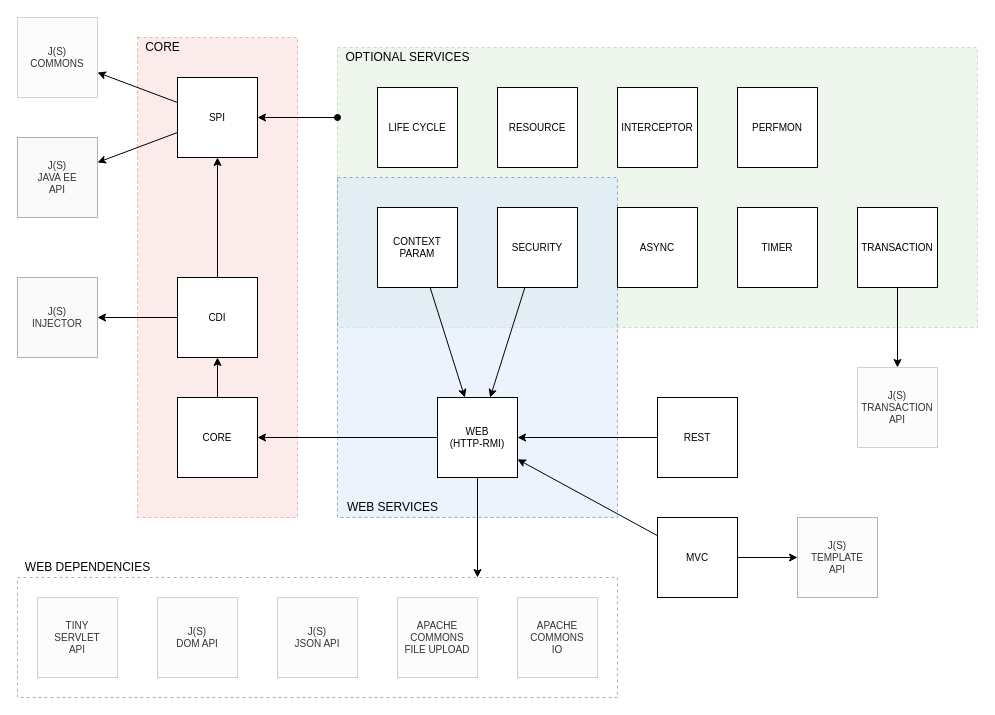
Before: page "Container Architecture" (4 of 13) of docs/diagram/container.drawio in js-lib-com/tiny-container, a draw.io diagram. Source tidied: cells renumbered, new cells numbered last; positions are measured from the earlier drawing's top-left corner, leaving out a move shared by most shapes. Both pictures are drawn from the tidied source at 100%, with x=0, y=0 at pixel (17, 17).
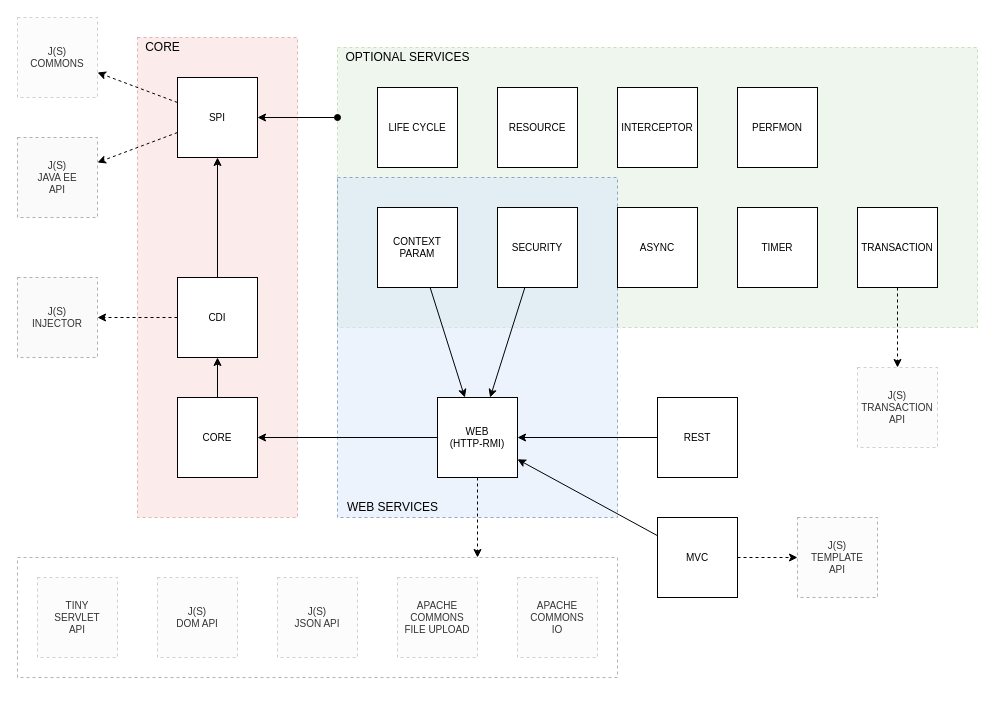
Above is the later version.

The change refers to these unchanged cells:
```xml
<mxCell id="11" value="CDI" style="whiteSpace=wrap;html=1;fontSize=10;" parent="1" vertex="1">
  <mxGeometry x="160" y="260" width="80" height="80" as="geometry" />
</mxCell>
<mxCell id="18" value="MVC" style="whiteSpace=wrap;html=1;fontSize=10;" parent="1" vertex="1">
  <mxGeometry x="640" y="500" width="80" height="80" as="geometry" />
</mxCell>
<mxCell id="25" value="SPI" style="whiteSpace=wrap;html=1;fontSize=10;" parent="1" vertex="1">
  <mxGeometry x="160" y="60" width="80" height="80" as="geometry" />
</mxCell>
<mxCell id="28" value="TRANSACTION" style="whiteSpace=wrap;html=1;fontSize=10;" parent="1" vertex="1">
  <mxGeometry x="840" y="190" width="80" height="80" as="geometry" />
</mxCell>
<mxCell id="31" value="WEB&lt;br&gt;(HTTP-RMI)" style="whiteSpace=wrap;html=1;fontSize=10;" parent="1" vertex="1">
  <mxGeometry x="420" y="380" width="80" height="80" as="geometry" />
</mxCell>
```

Change to the diagram source:
```diff
@@
     <mxCell id="3" style="rounded=0;whiteSpace=wrap;html=1;fontSize=12;opacity=30;dashed=1;" parent="1" vertex="1">
-      <mxGeometry y="560" width="600" height="120" as="geometry" />
+      <mxGeometry y="540" width="600" height="120" as="geometry" />
     </mxCell>
@@
-    <mxCell id="9" style="rounded=0;jettySize=auto;html=1;fontSize=10;" parent="1" edge="1" source="25" target="32">
+    <mxCell id="9" style="rounded=0;jettySize=auto;html=1;fontSize=10;dashed=1;" parent="1" edge="1" source="25" target="32">
       <mxGeometry relative="1" as="geometry" />
     </mxCell>
-    <mxCell id="10" style="rounded=0;jettySize=auto;html=1;fontSize=10;" parent="1" edge="1" source="11" target="33">
+    <mxCell id="10" style="rounded=0;jettySize=auto;html=1;fontSize=10;dashed=1;" parent="1" edge="1" source="11" target="33">
       <mxGeometry relative="1" as="geometry" />
     </mxCell>
@@
-    <mxCell id="17" style="edgeStyle=none;rounded=0;jettySize=auto;html=1;fontSize=10;startArrow=none;startFill=0;" parent="1" edge="1" source="18" target="40">
+    <mxCell id="17" style="edgeStyle=none;rounded=0;jettySize=auto;html=1;fontSize=10;startArrow=none;startFill=0;dashed=1;" parent="1" edge="1" source="18" target="40">
       <mxGeometry relative="1" as="geometry" />
     </mxCell>
@@
-    <mxCell id="24" style="edgeStyle=none;rounded=0;jettySize=auto;html=1;fontSize=10;startArrow=none;startFill=0;" parent="1" edge="1" source="25" target="37">
+    <mxCell id="24" style="edgeStyle=none;rounded=0;jettySize=auto;html=1;fontSize=10;startArrow=none;startFill=0;dashed=1;" parent="1" edge="1" source="25" target="37">
       <mxGeometry relative="1" as="geometry" />
     </mxCell>
@@
-    <mxCell id="27" style="edgeStyle=none;rounded=0;jettySize=auto;html=1;fontSize=10;" parent="1" edge="1" source="28" target="34">
+    <mxCell id="27" style="edgeStyle=none;rounded=0;jettySize=auto;html=1;fontSize=10;dashed=1;" parent="1" edge="1" source="28" target="34">
       <mxGeometry relative="1" as="geometry" />
     </mxCell>
@@
-    <mxCell id="30" style="edgeStyle=none;rounded=0;jettySize=auto;html=1;fontSize=10;startArrow=none;startFill=0;" parent="1" edge="1" source="31">
+    <mxCell id="30" style="edgeStyle=none;rounded=0;jettySize=auto;html=1;fontSize=10;startArrow=none;startFill=0;dashed=1;" parent="1" edge="1" source="31">
       <mxGeometry relative="1" as="geometry">
-        <mxPoint x="460" y="560" as="targetPoint" />
+        <mxPoint x="460" y="540" as="targetPoint" />
       </mxGeometry>
     </mxCell>
@@
-    <mxCell id="32" value="J(S)&lt;br&gt;JAVA EE&lt;br&gt;API" style="whiteSpace=wrap;html=1;fontSize=10;fillColor=#f5f5f5;strokeColor=#666666;fontColor=#333333;opacity=50;" parent="1" vertex="1">
+    <mxCell id="32" value="J(S)&lt;br&gt;JAVA EE&lt;br&gt;API" style="whiteSpace=wrap;html=1;fontSize=10;fillColor=#f5f5f5;strokeColor=#666666;fontColor=#333333;opacity=50;dashed=1;" parent="1" vertex="1">
       <mxGeometry y="120" width="80" height="80" as="geometry" />
     </mxCell>
-    <mxCell id="33" value="J(S)&lt;br&gt;INJECTOR" style="whiteSpace=wrap;html=1;fontSize=10;fillColor=#f5f5f5;strokeColor=#666666;fontColor=#333333;opacity=50;" parent="1" vertex="1">
+    <mxCell id="33" value="J(S)&lt;br&gt;INJECTOR" style="whiteSpace=wrap;html=1;fontSize=10;fillColor=#f5f5f5;strokeColor=#666666;fontColor=#333333;opacity=50;dashed=1;" parent="1" vertex="1">
       <mxGeometry y="260" width="80" height="80" as="geometry" />
     </mxCell>
-    <mxCell id="34" value="J(S)&lt;br&gt;TRANSACTION&lt;br&gt;API" style="whiteSpace=wrap;html=1;fontSize=10;opacity=30;fillColor=#f5f5f5;strokeColor=#666666;fontColor=#333333;" parent="1" vertex="1">
+    <mxCell id="34" value="J(S)&lt;br&gt;TRANSACTION&lt;br&gt;API" style="whiteSpace=wrap;html=1;fontSize=10;opacity=30;fillColor=#f5f5f5;strokeColor=#666666;fontColor=#333333;dashed=1;" parent="1" vertex="1">
       <mxGeometry x="840" y="350" width="80" height="80" as="geometry" />
     </mxCell>
@@
-    <mxCell id="37" value="J(S)&lt;br&gt;COMMONS" style="whiteSpace=wrap;html=1;fontSize=10;opacity=30;fillColor=#f5f5f5;strokeColor=#666666;fontColor=#333333;" parent="1" vertex="1">
+    <mxCell id="37" value="J(S)&lt;br&gt;COMMONS" style="whiteSpace=wrap;html=1;fontSize=10;opacity=30;fillColor=#f5f5f5;strokeColor=#666666;fontColor=#333333;dashed=1;" parent="1" vertex="1">
       <mxGeometry width="80" height="80" as="geometry" />
     </mxCell>
@@
-    <mxCell id="39" value="APACHE&lt;br&gt;COMMONS&lt;br&gt;FILE UPLOAD" style="whiteSpace=wrap;html=1;fontSize=10;opacity=30;fillColor=#f5f5f5;strokeColor=#666666;fontColor=#333333;" parent="1" vertex="1">
-      <mxGeometry x="380" y="580" width="80" height="80" as="geometry" />
+    <mxCell id="39" value="APACHE&lt;br&gt;COMMONS&lt;br&gt;FILE UPLOAD" style="whiteSpace=wrap;html=1;fontSize=10;opacity=30;fillColor=#f5f5f5;strokeColor=#666666;fontColor=#333333;dashed=1;" parent="1" vertex="1">
+      <mxGeometry x="380" y="560" width="80" height="80" as="geometry" />
     </mxCell>
-    <mxCell id="40" value="J(S)&lt;br&gt;TEMPLATE&lt;br&gt;API" style="whiteSpace=wrap;html=1;fontSize=10;opacity=30;fillColor=#f5f5f5;strokeColor=#000000;fontColor=#333333;" parent="1" vertex="1">
+    <mxCell id="40" value="J(S)&lt;br&gt;TEMPLATE&lt;br&gt;API" style="whiteSpace=wrap;html=1;fontSize=10;opacity=30;fillColor=#f5f5f5;strokeColor=#000000;fontColor=#333333;dashed=1;" parent="1" vertex="1">
       <mxGeometry x="780" y="500" width="80" height="80" as="geometry" />
     </mxCell>
-    <mxCell id="41" value="TINY &lt;br&gt;SERVLET&lt;br&gt;API" style="whiteSpace=wrap;html=1;fontSize=10;opacity=30;fillColor=#f5f5f5;strokeColor=#666666;fontColor=#333333;" parent="1" vertex="1">
-      <mxGeometry x="20" y="580" width="80" height="80" as="geometry" />
+    <mxCell id="41" value="TINY &lt;br&gt;SERVLET&lt;br&gt;API" style="whiteSpace=wrap;html=1;fontSize=10;opacity=30;fillColor=#f5f5f5;strokeColor=#666666;fontColor=#333333;dashed=1;" parent="1" vertex="1">
+      <mxGeometry x="20" y="560" width="80" height="80" as="geometry" />
     </mxCell>
-    <mxCell id="42" value="J(S)&lt;br&gt;DOM API" style="whiteSpace=wrap;html=1;fontSize=10;opacity=30;fillColor=#f5f5f5;strokeColor=#666666;fontColor=#333333;" parent="1" vertex="1">
-      <mxGeometry x="140" y="580" width="80" height="80" as="geometry" />
+    <mxCell id="42" value="J(S)&lt;br&gt;DOM API" style="whiteSpace=wrap;html=1;fontSize=10;opacity=30;fillColor=#f5f5f5;strokeColor=#666666;fontColor=#333333;dashed=1;" parent="1" vertex="1">
+      <mxGeometry x="140" y="560" width="80" height="80" as="geometry" />
     </mxCell>
-    <mxCell id="43" value="J(S)&lt;br&gt;JSON API" style="whiteSpace=wrap;html=1;fontSize=10;opacity=30;fillColor=#f5f5f5;strokeColor=#666666;fontColor=#333333;" parent="1" vertex="1">
-      <mxGeometry x="260" y="580" width="80" height="80" as="geometry" />
+    <mxCell id="43" value="J(S)&lt;br&gt;JSON API" style="whiteSpace=wrap;html=1;fontSize=10;opacity=30;fillColor=#f5f5f5;strokeColor=#666666;fontColor=#333333;dashed=1;" parent="1" vertex="1">
+      <mxGeometry x="260" y="560" width="80" height="80" as="geometry" />
     </mxCell>
@@
-    <mxCell id="45" value="WEB DEPENDENCIES" style="text;html=1;align=center;verticalAlign=middle;strokeColor=none;fillColor=none;fontSize=12;" parent="1" vertex="1">
-      <mxGeometry y="540" width="140" height="20" as="geometry" />
-    </mxCell>
-    <mxCell id="46" value="APACHE&lt;br&gt;COMMONS&lt;br&gt;IO" style="whiteSpace=wrap;html=1;fontSize=10;fillColor=#f5f5f5;strokeColor=#666666;fontColor=#333333;opacity=30;" parent="1" vertex="1">
-      <mxGeometry x="500" y="580" width="80" height="80" as="geometry" />
+    <mxCell id="46" value="APACHE&lt;br&gt;COMMONS&lt;br&gt;IO" style="whiteSpace=wrap;html=1;fontSize=10;fillColor=#f5f5f5;strokeColor=#666666;fontColor=#333333;opacity=30;dashed=1;" parent="1" vertex="1">
+      <mxGeometry x="500" y="560" width="80" height="80" as="geometry" />
     </mxCell>
```
